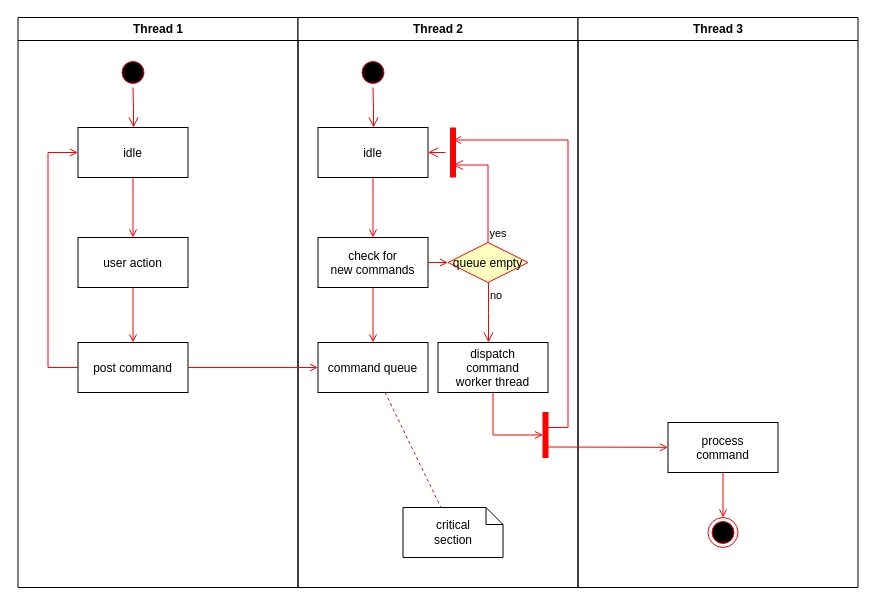
Earlier version of the draw.io diagram 未命名绘图.drawio (cuiqian-006/drawio). Source tidied: cells renumbered, new cells numbered last; positions are measured from the earlier drawing's top-left corner, leaving out a move shared by most shapes. Both pictures are drawn from the tidied source at 100%, with x=0, y=0 at pixel (17, 17).
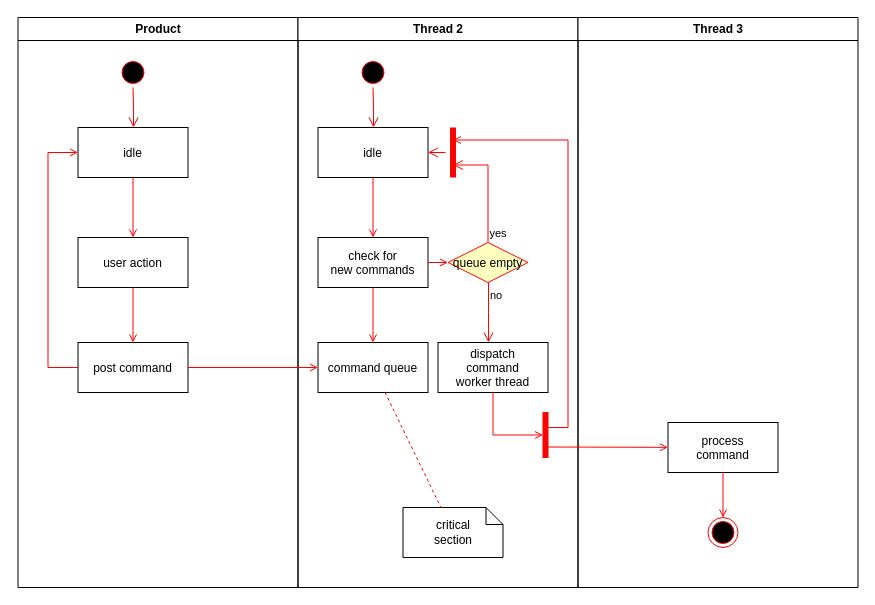
After the change.

Commit message:
更新未命名绘图.drawio

What changed in the source:
```diff
@@
-    <mxCell id="2" value="Thread 1" style="swimlane;whiteSpace=wrap;" parent="1" vertex="1">
+    <mxCell id="2" value="Product" style="swimlane;whiteSpace=wrap;" parent="1" vertex="1">
       <mxGeometry x="0.5" width="280" height="570" as="geometry" />
     </mxCell>
```
